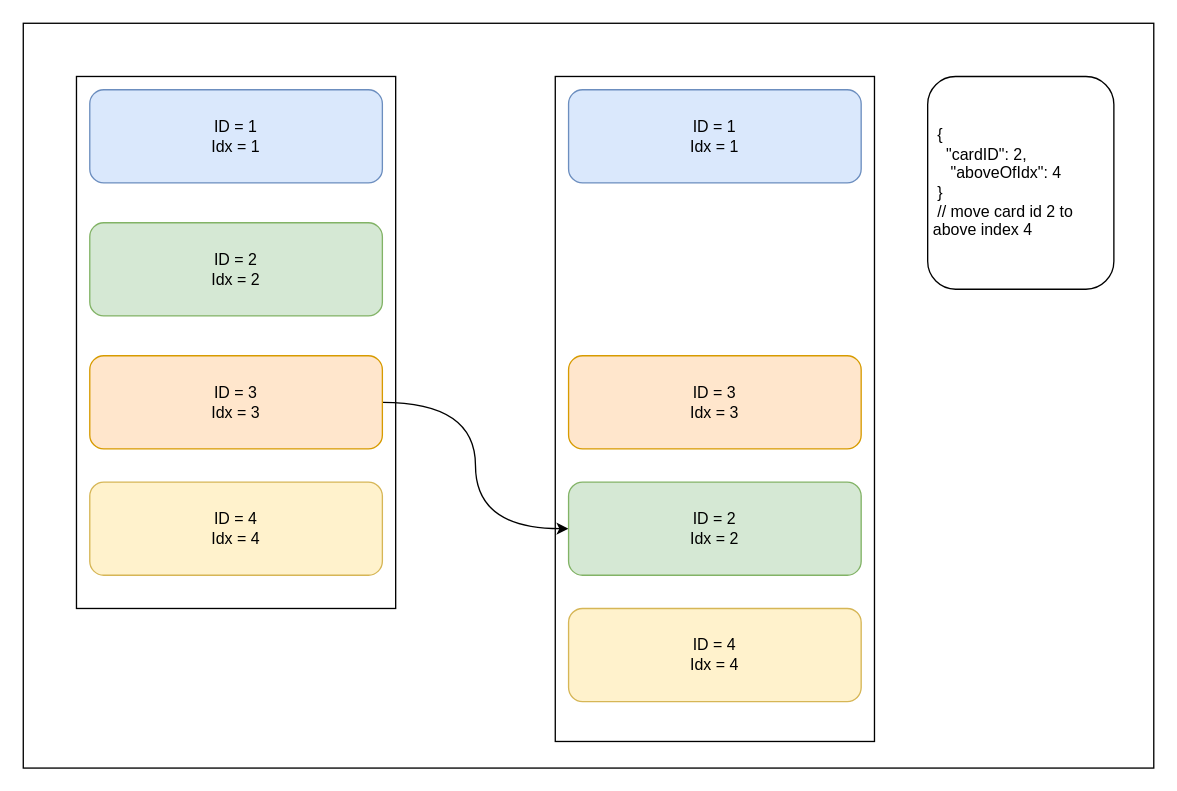
The draw.io diagram docs/drawio/ReorderCardExp.drawio in thanhpp/prom, before the edit. Source tidied: cells renumbered, new cells numbered last; positions are measured from the earlier drawing's top-left corner, leaving out a move shared by most shapes. Both pictures are drawn from the tidied source at 133%, with x=0, y=0 at pixel (23, 23).
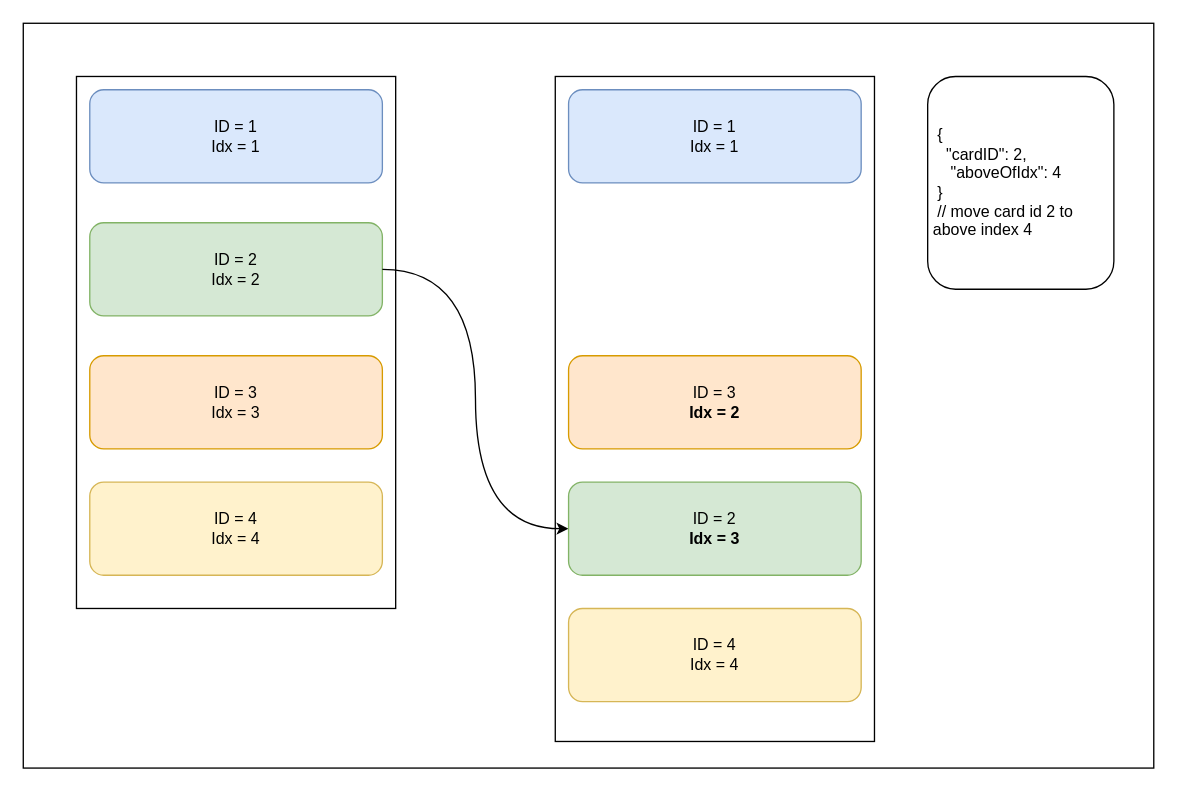
After the change.

Change to the diagram source:
```diff
@@
 <mxGraphModel>
   <root>
     <mxCell id="0" />
     <mxCell id="1" parent="0" />
     <mxCell id="2" style="rounded=0;whiteSpace=wrap;html=1;" parent="1" vertex="1">
       <mxGeometry width="850" height="560" as="geometry" />
     </mxCell>
     <mxCell id="3" style="rounded=0;whiteSpace=wrap;html=1;" parent="1" vertex="1">
       <mxGeometry x="40" y="40" width="240" height="400" as="geometry" />
     </mxCell>
     <mxCell id="4" style="rounded=0;whiteSpace=wrap;html=1;" parent="1" vertex="1">
       <mxGeometry x="400" y="40" width="240" height="500" as="geometry" />
     </mxCell>
     <mxCell id="5" value="&lt;div style=&quot;text-align: left&quot;&gt;&lt;span&gt;&amp;nbsp; {&lt;/span&gt;&lt;/div&gt;&lt;div style=&quot;text-align: left&quot;&gt;&lt;span&gt;&amp;nbsp; &amp;nbsp; &quot;cardID&quot;: 2,&lt;/span&gt;&lt;/div&gt;&lt;div style=&quot;text-align: left&quot;&gt;&lt;span&gt;&amp;nbsp; &amp;nbsp; &amp;nbsp;&quot;&lt;/span&gt;&lt;span&gt;aboveOfIdx&lt;/span&gt;&lt;span&gt;&quot;: 4&lt;/span&gt;&lt;/div&gt;&lt;div style=&quot;text-align: left&quot;&gt;&lt;span&gt;&amp;nbsp; }&lt;br&gt;&amp;nbsp; // move card id 2 to&amp;nbsp; &amp;nbsp; &amp;nbsp; &amp;nbsp;above index 4&amp;nbsp;&lt;/span&gt;&lt;/div&gt;" style="rounded=1;whiteSpace=wrap;html=1;" parent="1" vertex="1">
       <mxGeometry x="680" y="40" width="140" height="160" as="geometry" />
     </mxCell>
     <mxCell id="6" value="ID = 1&lt;br&gt;Idx = 1" style="rounded=1;whiteSpace=wrap;html=1;fillColor=#dae8fc;strokeColor=#6c8ebf;" parent="1" vertex="1">
       <mxGeometry x="50" y="50" width="220" height="70" as="geometry" />
     </mxCell>
     <mxCell id="7" value="&lt;span&gt;ID = 2&lt;/span&gt;&lt;br&gt;&lt;span&gt;Idx = 2&lt;/span&gt;" style="rounded=1;whiteSpace=wrap;html=1;fillColor=#d5e8d4;strokeColor=#82b366;" parent="1" vertex="1">
       <mxGeometry x="50" y="150" width="220" height="70" as="geometry" />
     </mxCell>
-    <mxCell id="8" style="edgeStyle=orthogonalEdgeStyle;rounded=0;jettySize=auto;html=1;exitX=1;exitY=0.5;exitDx=0;exitDy=0;entryX=0;entryY=0.5;entryDx=0;entryDy=0;curved=1;" parent="1" edge="1" source="9" target="14">
+    <mxCell id="8" style="edgeStyle=orthogonalEdgeStyle;rounded=0;jettySize=auto;html=1;exitX=1;exitY=0.5;exitDx=0;exitDy=0;entryX=0;entryY=0.5;entryDx=0;entryDy=0;curved=1;" parent="1" edge="1" source="7" target="14">
       <mxGeometry relative="1" as="geometry" />
     </mxCell>
     <mxCell id="9" value="&lt;span&gt;ID = 3&lt;/span&gt;&lt;br&gt;&lt;span&gt;Idx = 3&lt;/span&gt;" style="rounded=1;whiteSpace=wrap;html=1;fillColor=#ffe6cc;strokeColor=#d79b00;" parent="1" vertex="1">
       <mxGeometry x="50" y="250" width="220" height="70" as="geometry" />
     </mxCell>
     <mxCell id="10" value="&lt;span&gt;ID = 4&lt;/span&gt;&lt;br&gt;&lt;span&gt;Idx = 4&lt;/span&gt;" style="rounded=1;whiteSpace=wrap;html=1;fillColor=#fff2cc;strokeColor=#d6b656;" parent="1" vertex="1">
       <mxGeometry x="50" y="345" width="220" height="70" as="geometry" />
     </mxCell>
     <mxCell id="11" value="ID = 1&lt;br&gt;Idx = 1" style="rounded=1;whiteSpace=wrap;html=1;fillColor=#dae8fc;strokeColor=#6c8ebf;" parent="1" vertex="1">
       <mxGeometry x="410" y="50" width="220" height="70" as="geometry" />
     </mxCell>
-    <mxCell id="12" value="&lt;span&gt;ID = 3&lt;/span&gt;&lt;br&gt;&lt;span&gt;Idx = 3&lt;/span&gt;" style="rounded=1;whiteSpace=wrap;html=1;fillColor=#ffe6cc;strokeColor=#d79b00;" parent="1" vertex="1">
+    <mxCell id="12" value="&lt;span&gt;ID = 3&lt;/span&gt;&lt;br&gt;&lt;span&gt;&lt;b&gt;Idx = 2&lt;/b&gt;&lt;/span&gt;" style="rounded=1;whiteSpace=wrap;html=1;fillColor=#ffe6cc;strokeColor=#d79b00;" parent="1" vertex="1">
       <mxGeometry x="410" y="250" width="220" height="70" as="geometry" />
     </mxCell>
     <mxCell id="13" value="&lt;span&gt;ID = 4&lt;/span&gt;&lt;br&gt;&lt;span&gt;Idx = 4&lt;/span&gt;" style="rounded=1;whiteSpace=wrap;html=1;fillColor=#fff2cc;strokeColor=#d6b656;" parent="1" vertex="1">
       <mxGeometry x="410" y="440" width="220" height="70" as="geometry" />
     </mxCell>
-    <mxCell id="14" value="&lt;span&gt;ID = 2&lt;/span&gt;&lt;br&gt;&lt;span&gt;Idx = 2&lt;/span&gt;" style="rounded=1;whiteSpace=wrap;html=1;fillColor=#d5e8d4;strokeColor=#82b366;" parent="1" vertex="1">
+    <mxCell id="14" value="&lt;span&gt;ID = 2&lt;/span&gt;&lt;br&gt;&lt;span&gt;&lt;b&gt;Idx = 3&lt;/b&gt;&lt;/span&gt;" style="rounded=1;whiteSpace=wrap;html=1;fillColor=#d5e8d4;strokeColor=#82b366;" parent="1" vertex="1">
       <mxGeometry x="410" y="345" width="220" height="70" as="geometry" />
     </mxCell>
     <mxCell id="15" style="edgeStyle=orthogonalEdgeStyle;rounded=0;orthogonalLoop=1;jettySize=auto;html=1;exitX=0.5;exitY=1;exitDx=0;exitDy=0;" parent="1" edge="1" source="12" target="12">
       <mxGeometry relative="1" as="geometry" />
     </mxCell>
   </root>
 </mxGraphModel>
```
